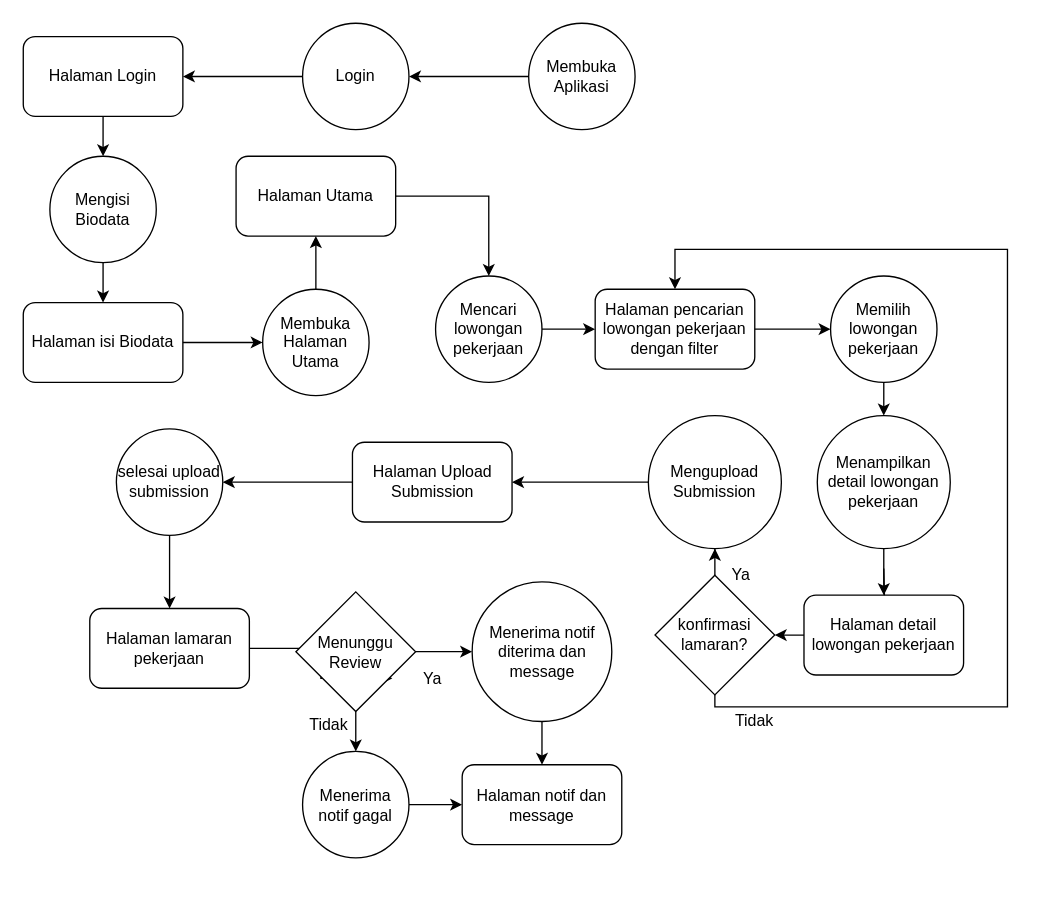
Earlier version of the draw.io diagram Jawir.drawio (Pfftz/Dicoding_wir). Source tidied: cells renumbered, new cells numbered last; positions are measured from the earlier drawing's top-left corner, leaving out a move shared by most shapes. Both pictures are drawn from the tidied source at 133%, with x=0, y=0 at pixel (23, 23).
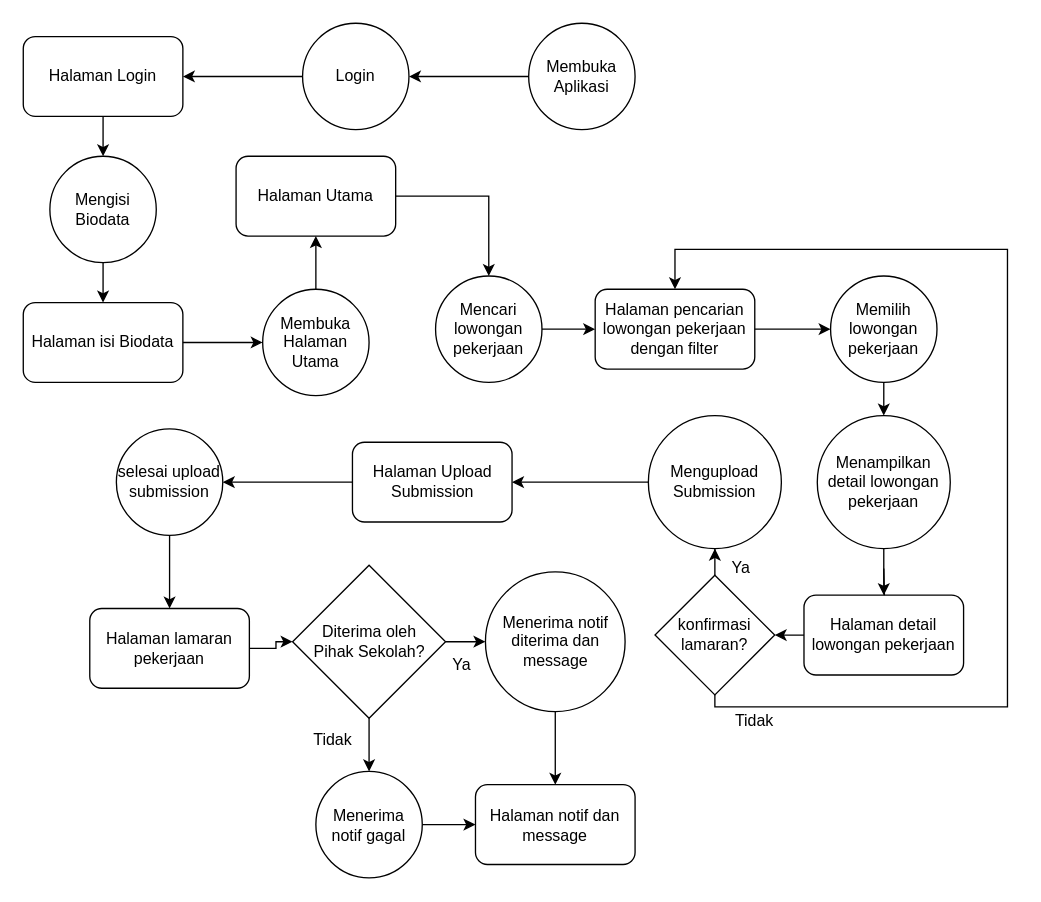
Above is the later version.

The change refers to these unchanged cells:
```xml
<mxCell id="17" value="Halaman lamaran pekerjaan" style="rounded=1;whiteSpace=wrap;html=1;" parent="1" vertex="1">
  <mxGeometry x="50" y="440" width="120" height="60" as="geometry" />
</mxCell>
```

The edit, as a diff of the source:
```diff
@@
-    <mxCell id="16" style="edgeStyle=orthogonalEdgeStyle;rounded=0;jettySize=auto;html=1;" parent="1" edge="1" source="17" target="36">
-      <mxGeometry relative="1" as="geometry" />
-    </mxCell>
+    <mxCell id="50" style="edgeStyle=orthogonalEdgeStyle;rounded=0;jettySize=auto;html=1;" parent="1" edge="1" source="17" target="30">
+      <mxGeometry relative="1" as="geometry" />
+    </mxCell>
@@
     <mxCell id="26" value="Ya" style="text;html=1;strokeColor=none;fillColor=none;align=center;verticalAlign=middle;whiteSpace=wrap;rounded=0;" parent="1" vertex="1">
-      <mxGeometry x="510" y="400" width="60" height="30" as="geometry" />
+      <mxGeometry x="510" y="395" width="60" height="30" as="geometry" />
     </mxCell>
@@
-    <mxCell id="30" value="Menunggu Review" style="rhombus;whiteSpace=wrap;html=1;" parent="1" vertex="1">
-      <mxGeometry x="205" y="427.5" width="90" height="90" as="geometry" />
+    <mxCell id="30" value="&lt;font style=&quot;font-size: 12px;&quot;&gt;Diterima oleh &lt;br&gt;Pihak Sekolah?&lt;/font&gt;" style="rhombus;whiteSpace=wrap;html=1;" parent="1" vertex="1">
+      <mxGeometry x="202.5" y="407.5" width="115" height="115" as="geometry" />
     </mxCell>
@@
     <mxCell id="34" value="Menerima notif diterima dan message" style="ellipse;whiteSpace=wrap;html=1;" parent="1" vertex="1">
-      <mxGeometry x="337.5" y="420" width="105" height="105" as="geometry" />
+      <mxGeometry x="347.5" y="412.5" width="105" height="105" as="geometry" />
     </mxCell>
     <mxCell id="35" value="Halaman notif dan message" style="rounded=1;whiteSpace=wrap;html=1;" parent="1" vertex="1">
-      <mxGeometry x="330" y="557.5" width="120" height="60" as="geometry" />
+      <mxGeometry x="340" y="572.5" width="120" height="60" as="geometry" />
     </mxCell>
     <mxCell id="36" value="Ya" style="text;html=1;strokeColor=none;fillColor=none;align=center;verticalAlign=middle;whiteSpace=wrap;rounded=0;" parent="1" vertex="1">
-      <mxGeometry x="277.5" y="477.5" width="60" height="30" as="geometry" />
+      <mxGeometry x="300" y="467.5" width="60" height="30" as="geometry" />
     </mxCell>
@@
     <mxCell id="38" value="Menerima notif gagal" style="ellipse;whiteSpace=wrap;html=1;" parent="1" vertex="1">
-      <mxGeometry x="210" y="547.5" width="80" height="80" as="geometry" />
+      <mxGeometry x="220" y="562.5" width="80" height="80" as="geometry" />
     </mxCell>
     <mxCell id="39" value="Tidak" style="text;html=1;strokeColor=none;fillColor=none;align=center;verticalAlign=middle;whiteSpace=wrap;rounded=0;" parent="1" vertex="1">
-      <mxGeometry x="200" y="512.5" width="60" height="30" as="geometry" />
+      <mxGeometry x="202.5" y="523.8" width="60" height="30" as="geometry" />
     </mxCell>
```
